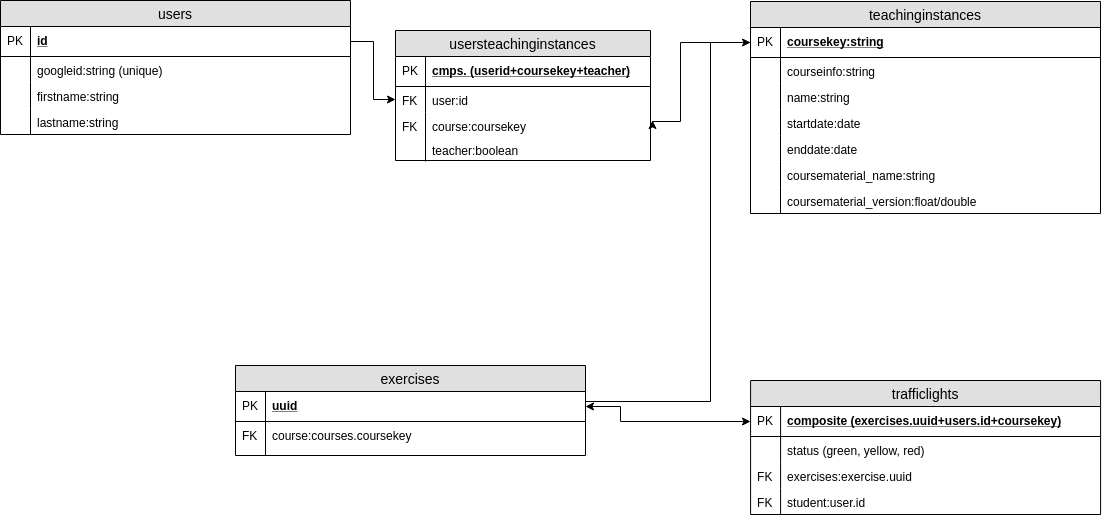
The draw.io diagram readme_images/tietokanta.png in Matikkaprojekti/kisallioppiminen-backend, before a commit. Source tidied: cells renumbered, new cells last; positions are measured from the earlier drawing's top-left corner, leaving out a move shared by most shapes.
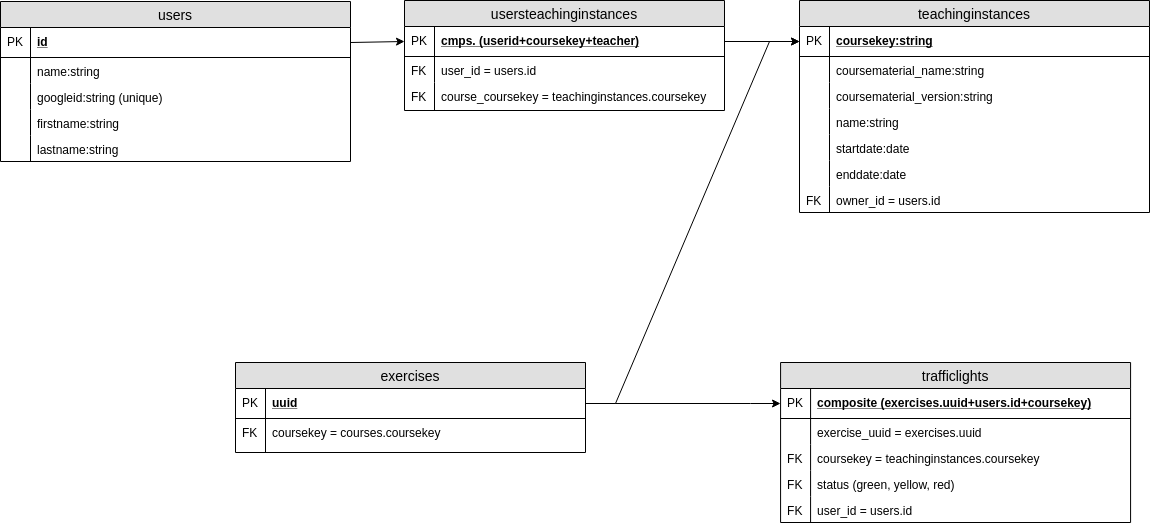
Later version of the same file.

Commit message:
add updated image of database-structure

What changed in the source:
```diff
@@ -5,3 +5,3 @@
     <mxCell id="2" value="teachinginstances" style="swimlane;fontStyle=0;horizontal=1;startSize=26;fillColor=#e0e0e0;swimlaneFillColor=#ffffff;align=center;fontSize=14;" parent="1" vertex="1">
-      <mxGeometry x="750" y="1" width="350" height="212" as="geometry" />
+      <mxGeometry x="799" y="-1" width="350" height="212" as="geometry" />
     </mxCell>
@@ -13,16 +13,4 @@
     </mxCell>
-    <mxCell id="5" value="courseinfo:string" style="shape=partialRectangle;top=0;left=0;right=0;bottom=0;align=left;verticalAlign=top;fillColor=none;spacingLeft=34;spacingRight=4;overflow=hidden;fontSize=12;" parent="2" vertex="1">
-      <mxGeometry y="56" width="350" height="26" as="geometry" />
-    </mxCell>
-    <mxCell id="6" style="shape=partialRectangle;top=0;left=0;bottom=0;fillColor=none;align=left;verticalAlign=top;spacingLeft=4;spacingRight=4;overflow=hidden;fontSize=12;" parent="5" vertex="1">
-      <mxGeometry width="30" height="26" as="geometry" />
-    </mxCell>
-    <mxCell id="7" value="name:string&#10;" style="shape=partialRectangle;top=0;left=0;right=0;bottom=0;align=left;verticalAlign=top;fillColor=none;spacingLeft=34;spacingRight=4;overflow=hidden;fontSize=12;" parent="2" vertex="1">
-      <mxGeometry y="82" width="350" height="26" as="geometry" />
-    </mxCell>
-    <mxCell id="8" style="shape=partialRectangle;top=0;left=0;bottom=0;fillColor=none;align=left;verticalAlign=top;spacingLeft=4;spacingRight=4;overflow=hidden;fontSize=12;" parent="7" vertex="1">
-      <mxGeometry width="30" height="26" as="geometry" />
-    </mxCell>
-    <mxCell id="9" value="startdate:date&#10;" style="shape=partialRectangle;top=0;left=0;right=0;bottom=0;align=left;verticalAlign=top;fillColor=none;spacingLeft=34;spacingRight=4;overflow=hidden;fontSize=12;" parent="2" vertex="1">
-      <mxGeometry y="108" width="350" height="26" as="geometry" />
+    <mxCell id="9" value="coursematerial_name:string&#10;" style="shape=partialRectangle;top=0;left=0;right=0;bottom=0;align=left;verticalAlign=top;fillColor=none;spacingLeft=34;spacingRight=4;overflow=hidden;fontSize=12;" parent="2" vertex="1">
+      <mxGeometry y="56" width="350" height="26" as="geometry" />
     </mxCell>
@@ -31,4 +19,4 @@
     </mxCell>
-    <mxCell id="11" value="enddate:date&#10;&#10;" style="shape=partialRectangle;top=0;left=0;right=0;bottom=0;align=left;verticalAlign=top;fillColor=none;spacingLeft=34;spacingRight=4;overflow=hidden;fontSize=12;" parent="2" vertex="1">
-      <mxGeometry y="134" width="350" height="26" as="geometry" />
+    <mxCell id="11" value="coursematerial_version:string&#10;" style="shape=partialRectangle;top=0;left=0;right=0;bottom=0;align=left;verticalAlign=top;fillColor=none;spacingLeft=34;spacingRight=4;overflow=hidden;fontSize=12;" parent="2" vertex="1">
+      <mxGeometry y="82" width="350" height="26" as="geometry" />
     </mxCell>
@@ -37,4 +25,4 @@
     </mxCell>
-    <mxCell id="13" value="coursematerial_name:string&#10;&#10;" style="shape=partialRectangle;top=0;left=0;right=0;bottom=0;align=left;verticalAlign=top;fillColor=none;spacingLeft=34;spacingRight=4;overflow=hidden;fontSize=12;" parent="2" vertex="1">
-      <mxGeometry y="160" width="350" height="26" as="geometry" />
+    <mxCell id="13" value="name:string&#10;" style="shape=partialRectangle;top=0;left=0;right=0;bottom=0;align=left;verticalAlign=top;fillColor=none;spacingLeft=34;spacingRight=4;overflow=hidden;fontSize=12;" parent="2" vertex="1">
+      <mxGeometry y="108" width="350" height="26" as="geometry" />
     </mxCell>
@@ -43,4 +31,4 @@
     </mxCell>
-    <mxCell id="15" value="coursematerial_version:float/double" style="shape=partialRectangle;top=0;left=0;right=0;bottom=0;align=left;verticalAlign=top;fillColor=none;spacingLeft=34;spacingRight=4;overflow=hidden;fontSize=12;" parent="2" vertex="1">
-      <mxGeometry y="186" width="350" height="26" as="geometry" />
+    <mxCell id="15" value="startdate:date" style="shape=partialRectangle;top=0;left=0;right=0;bottom=0;align=left;verticalAlign=top;fillColor=none;spacingLeft=34;spacingRight=4;overflow=hidden;fontSize=12;" parent="2" vertex="1">
+      <mxGeometry y="134" width="350" height="26" as="geometry" />
     </mxCell>
@@ -49,4 +37,16 @@
     </mxCell>
+    <mxCell id="53" value="enddate:date" style="shape=partialRectangle;top=0;left=0;right=0;bottom=0;align=left;verticalAlign=top;fillColor=none;spacingLeft=34;spacingRight=4;overflow=hidden;fontSize=12;" parent="2" vertex="1">
+      <mxGeometry y="160" width="350" height="26" as="geometry" />
+    </mxCell>
+    <mxCell id="54" style="shape=partialRectangle;top=0;left=0;bottom=0;fillColor=none;align=left;verticalAlign=top;spacingLeft=4;spacingRight=4;overflow=hidden;fontSize=12;" parent="53" vertex="1">
+      <mxGeometry width="30" height="26" as="geometry" />
+    </mxCell>
+    <mxCell id="55" value="owner_id = users.id" style="shape=partialRectangle;top=0;left=0;right=0;bottom=0;align=left;verticalAlign=top;fillColor=none;spacingLeft=34;spacingRight=4;overflow=hidden;fontSize=12;" parent="2" vertex="1">
+      <mxGeometry y="186" width="350" height="26" as="geometry" />
+    </mxCell>
+    <mxCell id="56" value="FK" style="shape=partialRectangle;top=0;left=0;bottom=0;fillColor=none;align=left;verticalAlign=top;spacingLeft=4;spacingRight=4;overflow=hidden;fontSize=12;" parent="55" vertex="1">
+      <mxGeometry width="30" height="26" as="geometry" />
+    </mxCell>
     <mxCell id="17" value="trafficlights" style="swimlane;fontStyle=0;horizontal=1;startSize=26;fillColor=#e0e0e0;swimlaneFillColor=#ffffff;align=center;fontSize=14;" parent="1" vertex="1">
-      <mxGeometry x="750.1" y="380" width="350" height="134" as="geometry" />
+      <mxGeometry x="780.1" y="361" width="350" height="160" as="geometry" />
     </mxCell>
@@ -58,3 +58,3 @@
     </mxCell>
-    <mxCell id="20" value="status (green, yellow, red)&#10;" style="shape=partialRectangle;top=0;left=0;right=0;bottom=0;align=left;verticalAlign=top;fillColor=none;spacingLeft=34;spacingRight=4;overflow=hidden;fontSize=12;" parent="17" vertex="1">
+    <mxCell id="20" value="exercise_uuid = exercises.uuid&#10;" style="shape=partialRectangle;top=0;left=0;right=0;bottom=0;align=left;verticalAlign=top;fillColor=none;spacingLeft=34;spacingRight=4;overflow=hidden;fontSize=12;" parent="17" vertex="1">
       <mxGeometry y="56" width="350" height="26" as="geometry" />
@@ -64,3 +64,3 @@
     </mxCell>
-    <mxCell id="22" value="exercises:exercise.uuid" style="shape=partialRectangle;top=0;left=0;right=0;bottom=0;align=left;verticalAlign=top;fillColor=none;spacingLeft=34;spacingRight=4;overflow=hidden;fontSize=12;" parent="17" vertex="1">
+    <mxCell id="22" value="coursekey = teachinginstances.coursekey" style="shape=partialRectangle;top=0;left=0;right=0;bottom=0;align=left;verticalAlign=top;fillColor=none;spacingLeft=34;spacingRight=4;overflow=hidden;fontSize=12;" parent="17" vertex="1">
       <mxGeometry y="82" width="350" height="26" as="geometry" />
@@ -70,3 +70,3 @@
     </mxCell>
-    <mxCell id="24" value="student:user.id&#10;" style="shape=partialRectangle;top=0;left=0;right=0;bottom=0;align=left;verticalAlign=top;fillColor=none;spacingLeft=34;spacingRight=4;overflow=hidden;fontSize=12;" parent="17" vertex="1">
+    <mxCell id="24" value="status (green, yellow, red)&#10;" style="shape=partialRectangle;top=0;left=0;right=0;bottom=0;align=left;verticalAlign=top;fillColor=none;spacingLeft=34;spacingRight=4;overflow=hidden;fontSize=12;" parent="17" vertex="1">
       <mxGeometry y="108" width="350" height="26" as="geometry" />
@@ -76,4 +76,10 @@
     </mxCell>
+    <mxCell id="57" value="user_id = users.id&#10;" style="shape=partialRectangle;top=0;left=0;right=0;bottom=0;align=left;verticalAlign=top;fillColor=none;spacingLeft=34;spacingRight=4;overflow=hidden;fontSize=12;" parent="17" vertex="1">
+      <mxGeometry y="134" width="350" height="26" as="geometry" />
+    </mxCell>
+    <mxCell id="58" value="FK" style="shape=partialRectangle;top=0;left=0;bottom=0;fillColor=none;align=left;verticalAlign=top;spacingLeft=4;spacingRight=4;overflow=hidden;fontSize=12;" parent="57" vertex="1">
+      <mxGeometry width="30" height="26" as="geometry" />
+    </mxCell>
     <mxCell id="26" value="users" style="swimlane;fontStyle=0;horizontal=1;startSize=26;fillColor=#e0e0e0;swimlaneFillColor=#ffffff;align=center;fontSize=14;" parent="1" vertex="1">
-      <mxGeometry width="350" height="134" as="geometry" />
+      <mxGeometry width="350" height="160" as="geometry" />
     </mxCell>
@@ -85,3 +91,3 @@
     </mxCell>
-    <mxCell id="29" value="googleid:string (unique)" style="shape=partialRectangle;top=0;left=0;right=0;bottom=0;align=left;verticalAlign=top;fillColor=none;spacingLeft=34;spacingRight=4;overflow=hidden;fontSize=12;" parent="26" vertex="1">
+    <mxCell id="29" value="name:string" style="shape=partialRectangle;top=0;left=0;right=0;bottom=0;align=left;verticalAlign=top;fillColor=none;spacingLeft=34;spacingRight=4;overflow=hidden;fontSize=12;" parent="26" vertex="1">
       <mxGeometry y="56" width="350" height="26" as="geometry" />
@@ -91,10 +97,4 @@
     </mxCell>
-    <mxCell id="31" value="firstname:string&#10;" style="shape=partialRectangle;top=0;left=0;right=0;bottom=0;align=left;verticalAlign=top;fillColor=none;spacingLeft=34;spacingRight=4;overflow=hidden;fontSize=12;" parent="26" vertex="1">
-      <mxGeometry y="82" width="350" height="26" as="geometry" />
-    </mxCell>
-    <mxCell id="32" style="shape=partialRectangle;top=0;left=0;bottom=0;fillColor=none;align=left;verticalAlign=top;spacingLeft=4;spacingRight=4;overflow=hidden;fontSize=12;" parent="31" vertex="1">
-      <mxGeometry width="30" height="26" as="geometry" />
-    </mxCell>
-    <mxCell id="33" value="lastname:string&#10;" style="shape=partialRectangle;top=0;left=0;right=0;bottom=0;align=left;verticalAlign=top;fillColor=none;spacingLeft=34;spacingRight=4;overflow=hidden;fontSize=12;" parent="26" vertex="1">
-      <mxGeometry y="108" width="350" height="26" as="geometry" />
+    <mxCell id="33" value="googleid:string (unique)" style="shape=partialRectangle;top=0;left=0;right=0;bottom=0;align=left;verticalAlign=top;fillColor=none;spacingLeft=34;spacingRight=4;overflow=hidden;fontSize=12;" parent="26" vertex="1">
+      <mxGeometry y="82" width="350" height="26" as="geometry" />
     </mxCell>
@@ -103,7 +103,19 @@
     </mxCell>
+    <mxCell id="31" value="firstname:string" style="shape=partialRectangle;top=0;left=0;right=0;bottom=0;align=left;verticalAlign=top;fillColor=none;spacingLeft=34;spacingRight=4;overflow=hidden;fontSize=12;" parent="26" vertex="1">
+      <mxGeometry y="108" width="350" height="26" as="geometry" />
+    </mxCell>
+    <mxCell id="59" style="shape=partialRectangle;top=0;left=0;bottom=0;fillColor=none;align=left;verticalAlign=top;spacingLeft=4;spacingRight=4;overflow=hidden;fontSize=12;" parent="31" vertex="1">
+      <mxGeometry width="30" height="26" as="geometry" />
+    </mxCell>
+    <mxCell id="60" value="lastname:string" style="shape=partialRectangle;top=0;left=0;right=0;bottom=0;align=left;verticalAlign=top;fillColor=none;spacingLeft=34;spacingRight=4;overflow=hidden;fontSize=12;" parent="26" vertex="1">
+      <mxGeometry y="134" width="350" height="26" as="geometry" />
+    </mxCell>
+    <mxCell id="61" style="shape=partialRectangle;top=0;left=0;bottom=0;fillColor=none;align=left;verticalAlign=top;spacingLeft=4;spacingRight=4;overflow=hidden;fontSize=12;" parent="60" vertex="1">
+      <mxGeometry width="30" height="26" as="geometry" />
+    </mxCell>
     <mxCell id="35" value="usersteachinginstances" style="swimlane;fontStyle=0;horizontal=1;startSize=26;fillColor=#e0e0e0;swimlaneFillColor=#ffffff;align=center;fontSize=14;" parent="1" vertex="1">
-      <mxGeometry x="395" y="30" width="255" height="130" as="geometry" />
+      <mxGeometry x="404" y="-1" width="320" height="110" as="geometry" />
     </mxCell>
     <mxCell id="36" value="cmps. (userid+coursekey+teacher)" style="shape=partialRectangle;top=0;left=0;right=0;bottom=1;align=left;verticalAlign=middle;fillColor=none;spacingLeft=34;spacingRight=4;overflow=hidden;points=[[0,0.5],[1,0.5]];portConstraint=eastwest;fontStyle=5;fontSize=12;" parent="35" vertex="1">
-      <mxGeometry y="26" width="255" height="30" as="geometry" />
+      <mxGeometry y="26" width="320" height="30" as="geometry" />
     </mxCell>
@@ -112,4 +124,4 @@
     </mxCell>
-    <mxCell id="38" value="user:id" style="shape=partialRectangle;top=0;left=0;right=0;bottom=0;align=left;verticalAlign=top;fillColor=none;spacingLeft=34;spacingRight=4;overflow=hidden;points=[[0,0.5],[1,0.5]];portConstraint=eastwest;fontSize=12;" parent="35" vertex="1">
-      <mxGeometry y="56" width="255" height="26" as="geometry" />
+    <mxCell id="38" value="user_id = users.id" style="shape=partialRectangle;top=0;left=0;right=0;bottom=0;align=left;verticalAlign=top;fillColor=none;spacingLeft=34;spacingRight=4;overflow=hidden;points=[[0,0.5],[1,0.5]];portConstraint=eastwest;fontSize=12;" parent="35" vertex="1">
+      <mxGeometry y="56" width="320" height="26" as="geometry" />
     </mxCell>
@@ -118,35 +130,10 @@
     </mxCell>
-    <mxCell id="40" value="course:coursekey" style="shape=partialRectangle;top=0;left=0;right=0;bottom=0;align=left;verticalAlign=top;fillColor=none;spacingLeft=34;spacingRight=4;overflow=hidden;points=[[0,0.5],[1,0.5]];portConstraint=eastwest;fontSize=12;" parent="35" vertex="1">
-      <mxGeometry y="82" width="255" height="48" as="geometry" />
+    <mxCell id="40" value="course_coursekey = teachinginstances.coursekey" style="shape=partialRectangle;top=0;left=0;right=0;bottom=0;align=left;verticalAlign=top;fillColor=none;spacingLeft=34;spacingRight=4;overflow=hidden;points=[[0,0.5],[1,0.5]];portConstraint=eastwest;fontSize=12;" parent="35" vertex="1">
+      <mxGeometry y="82" width="320" height="28" as="geometry" />
     </mxCell>
     <mxCell id="41" value="FK" style="shape=partialRectangle;top=0;left=0;bottom=0;fillColor=none;align=left;verticalAlign=top;spacingLeft=4;spacingRight=4;overflow=hidden;fontSize=12;" parent="40" vertex="1">
-      <mxGeometry width="30" height="48" as="geometry" />
+      <mxGeometry width="30" height="28" as="geometry" />
     </mxCell>
-    <mxCell id="42" style="edgeStyle=orthogonalEdgeStyle;rounded=0;jettySize=auto;html=1;exitX=1;exitY=0.5;exitDx=0;exitDy=0;entryX=0;entryY=0.5;entryDx=0;entryDy=0;" parent="1" edge="1" source="27" target="38">
-      <mxGeometry relative="1" as="geometry" />
-    </mxCell>
-    <mxCell id="43" value="teacher:boolean" style="shape=partialRectangle;top=0;left=0;right=0;bottom=0;align=left;verticalAlign=top;fillColor=none;spacingLeft=34;spacingRight=4;overflow=hidden;fontSize=12;" parent="1" vertex="1">
-      <mxGeometry x="395" y="136" width="200" height="25" as="geometry" />
-    </mxCell>
-    <mxCell id="44" style="shape=partialRectangle;top=0;left=0;bottom=0;fillColor=none;align=left;verticalAlign=top;spacingLeft=4;spacingRight=4;overflow=hidden;fontSize=12;" parent="43" vertex="1">
-      <mxGeometry width="30" height="25" as="geometry" />
-    </mxCell>
-    <mxCell id="45" style="edgeStyle=orthogonalEdgeStyle;rounded=0;jettySize=auto;html=1;exitX=0;exitY=0.5;exitDx=0;exitDy=0;entryX=1.007;entryY=0.169;entryDx=0;entryDy=0;entryPerimeter=0;" parent="1" edge="1" source="3" target="40">
-      <mxGeometry relative="1" as="geometry">
-        <Array as="points">
-          <mxPoint x="680" y="42" />
-          <mxPoint x="680" y="121" />
-        </Array>
-      </mxGeometry>
-    </mxCell>
-    <mxCell id="46" style="edgeStyle=orthogonalEdgeStyle;rounded=0;jettySize=auto;html=1;exitX=1;exitY=0.25;exitDx=0;exitDy=0;entryX=0;entryY=0.5;entryDx=0;entryDy=0;" parent="1" edge="1" source="47" target="3">
-      <mxGeometry relative="1" as="geometry">
-        <Array as="points">
-          <mxPoint x="710" y="401" />
-          <mxPoint x="710" y="42" />
-        </Array>
-      </mxGeometry>
-    </mxCell>
     <mxCell id="47" value="exercises" style="swimlane;fontStyle=0;horizontal=1;startSize=26;fillColor=#e0e0e0;swimlaneFillColor=#ffffff;align=center;fontSize=14;" parent="1" vertex="1">
-      <mxGeometry x="235" y="365" width="350" height="90" as="geometry" />
+      <mxGeometry x="235" y="361" width="350" height="90" as="geometry" />
     </mxCell>
@@ -158,3 +145,3 @@
     </mxCell>
-    <mxCell id="50" value="course:courses.coursekey" style="shape=partialRectangle;top=0;left=0;right=0;bottom=0;align=left;verticalAlign=top;fillColor=none;spacingLeft=34;spacingRight=4;overflow=hidden;fontSize=12;" parent="47" vertex="1">
+    <mxCell id="50" value="coursekey = courses.coursekey" style="shape=partialRectangle;top=0;left=0;right=0;bottom=0;align=left;verticalAlign=top;fillColor=none;spacingLeft=34;spacingRight=4;overflow=hidden;fontSize=12;" parent="47" vertex="1">
       <mxGeometry y="56" width="350" height="34" as="geometry" />
@@ -164,10 +151,16 @@
     </mxCell>
-    <mxCell id="52" style="edgeStyle=orthogonalEdgeStyle;rounded=0;jettySize=auto;html=1;exitX=0;exitY=0.5;exitDx=0;exitDy=0;entryX=1;entryY=0.5;entryDx=0;entryDy=0;startArrow=classic;startFill=1;" parent="1" edge="1" source="18" target="48">
-      <mxGeometry relative="1" as="geometry">
-        <Array as="points">
-          <mxPoint x="620" y="421" />
-          <mxPoint x="620" y="406" />
-        </Array>
-      </mxGeometry>
-    </mxCell>
+    <mxCell id="62" style="edgeStyle=none;rounded=0;jettySize=auto;html=1;exitX=1;exitY=0.5;exitDx=0;exitDy=0;entryX=0;entryY=0.5;entryDx=0;entryDy=0;" parent="1" edge="1" source="27" target="36">
+      <mxGeometry relative="1" as="geometry" />
+    </mxCell>
+    <mxCell id="63" style="edgeStyle=none;rounded=0;jettySize=auto;html=1;exitX=1;exitY=0.5;exitDx=0;exitDy=0;entryX=0;entryY=0.5;entryDx=0;entryDy=0;" parent="1" edge="1" source="36" target="3">
+      <mxGeometry relative="1" as="geometry" />
+    </mxCell>
+    <mxCell id="64" style="edgeStyle=entityRelationEdgeStyle;rounded=0;jettySize=auto;html=1;exitX=1;exitY=0.5;exitDx=0;exitDy=0;entryX=0;entryY=0.5;entryDx=0;entryDy=0;" parent="1" edge="1" source="48" target="3">
+      <mxGeometry relative="1" as="geometry" />
+    </mxCell>
+    <mxCell id="65" style="edgeStyle=entityRelationEdgeStyle;rounded=0;jettySize=auto;html=1;exitX=1;exitY=0.5;exitDx=0;exitDy=0;" parent="1" edge="1" source="48">
+      <mxGeometry relative="1" as="geometry">
+        <mxPoint x="780" y="402" as="targetPoint" />
+      </mxGeometry>
+    </mxCell>
   </root>
```
